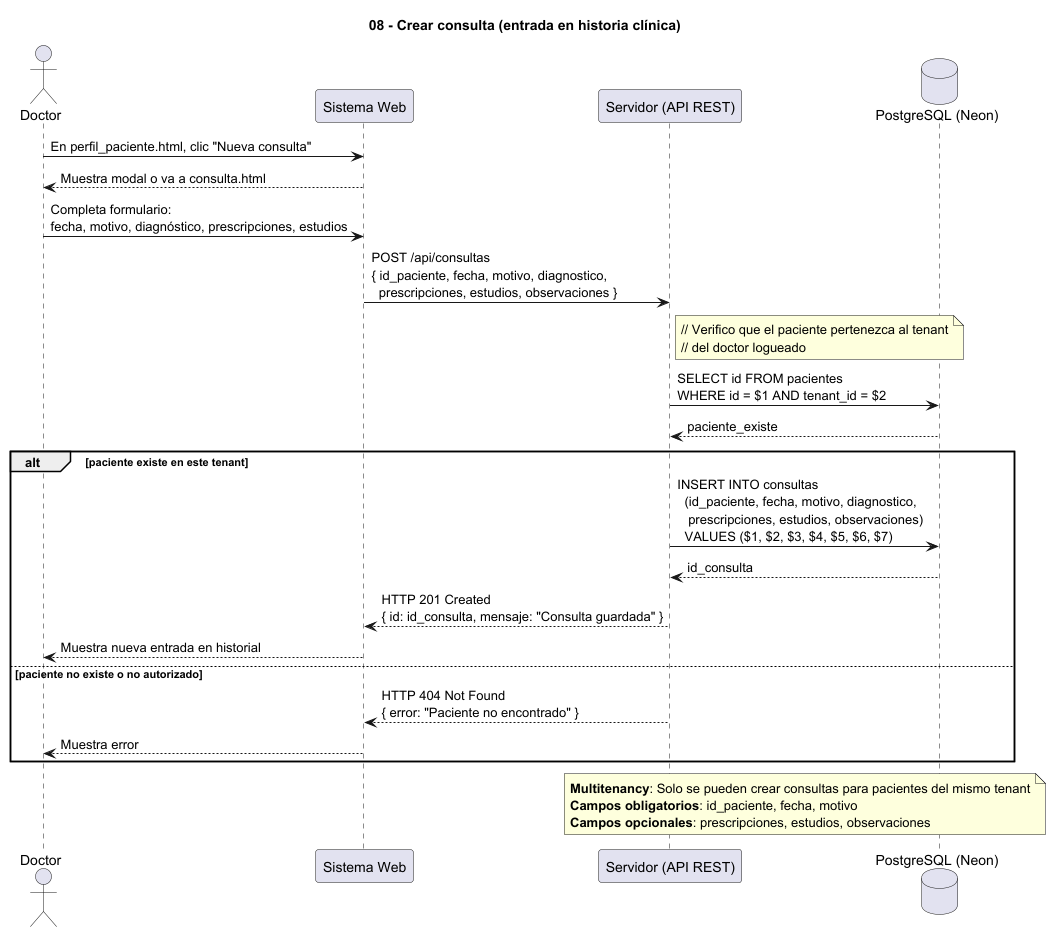
The PlantUML diagram docs/Imagenes_UML/08_Crear_consulta__entrada_en_historia_clínica_.png in marcostoledo96/mvp_historias-clinicas, before a commit. Its diagram source:
```plantuml
@startuml
title 08 - Crear consulta (entrada en historia clínica)

actor Doctor
participant "Sistema Web" as Web
participant "Servidor (API REST)" as Server
database "PostgreSQL (Neon)" as DB

Doctor -> Web : En perfil_paciente.html, clic "Nueva consulta"
Web --> Doctor : Muestra modal o va a consulta.html

Doctor -> Web : Completa formulario:\nfecha, motivo, diagnóstico, prescripciones, estudios

Web -> Server : POST /api/consultas\n{ id_paciente, fecha, motivo, diagnostico,\n  prescripciones, estudios, observaciones }

note right of Server
  // Verifico que el paciente pertenezca al tenant
  // del doctor logueado
end note

Server -> DB : SELECT id FROM pacientes\nWHERE id = $1 AND tenant_id = $2
DB --> Server : paciente_existe

alt paciente existe en este tenant
  Server -> DB : INSERT INTO consultas\n  (id_paciente, fecha, motivo, diagnostico,\n   prescripciones, estudios, observaciones)\n  VALUES ($1, $2, $3, $4, $5, $6, $7)
  DB --> Server : id_consulta

  Server --> Web : HTTP 201 Created\n{ id: id_consulta, mensaje: "Consulta guardada" }
  Web --> Doctor : Muestra nueva entrada en historial

else paciente no existe o no autorizado
  Server --> Web : HTTP 404 Not Found\n{ error: "Paciente no encontrado" }
  Web --> Doctor : Muestra error
end

note over Server, DB
  **Multitenancy**: Solo se pueden crear consultas para pacientes del mismo tenant
  **Campos obligatorios**: id_paciente, fecha, motivo
  **Campos opcionales**: prescripciones, estudios, observaciones
end note

@enduml
```
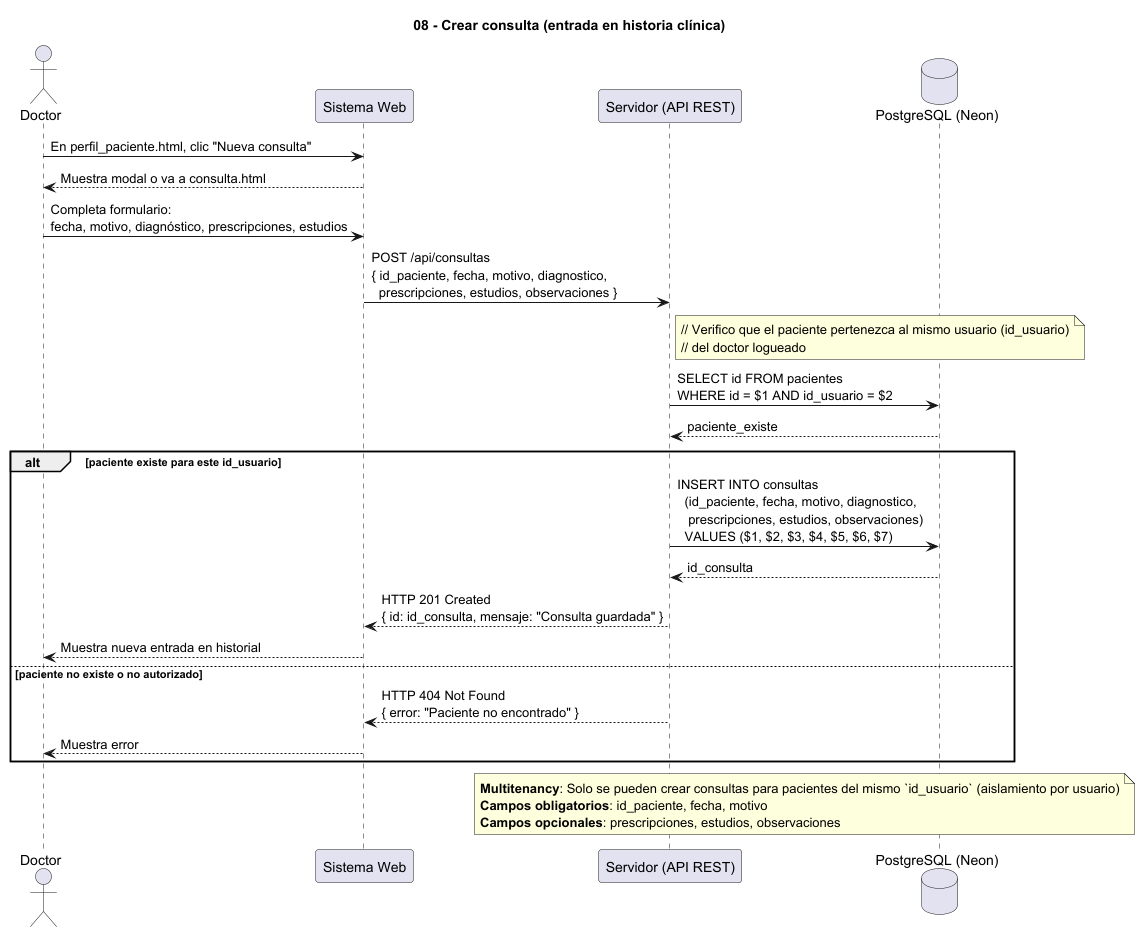
Above is the later version.

The edit, as a diff of the source:
```diff
@@ -14,14 +14,14 @@
 Web -> Server : POST /api/consultas\n{ id_paciente, fecha, motivo, diagnostico,\n  prescripciones, estudios, observaciones }
 
 note right of Server
-  // Verifico que el paciente pertenezca al tenant
+  // Verifico que el paciente pertenezca al mismo usuario (id_usuario)
   // del doctor logueado
 end note
 
-Server -> DB : SELECT id FROM pacientes\nWHERE id = $1 AND tenant_id = $2
+Server -> DB : SELECT id FROM pacientes\nWHERE id = $1 AND id_usuario = $2
 DB --> Server : paciente_existe
 
-alt paciente existe en este tenant
+alt paciente existe para este id_usuario
   Server -> DB : INSERT INTO consultas\n  (id_paciente, fecha, motivo, diagnostico,\n   prescripciones, estudios, observaciones)\n  VALUES ($1, $2, $3, $4, $5, $6, $7)
   DB --> Server : id_consulta
 
@@ -34,7 +34,7 @@
 end
 
 note over Server, DB
-  **Multitenancy**: Solo se pueden crear consultas para pacientes del mismo tenant
+  **Multitenancy**: Solo se pueden crear consultas para pacientes del mismo `id_usuario` (aislamiento por usuario)
   **Campos obligatorios**: id_paciente, fecha, motivo
   **Campos opcionales**: prescripciones, estudios, observaciones
 end note
```
